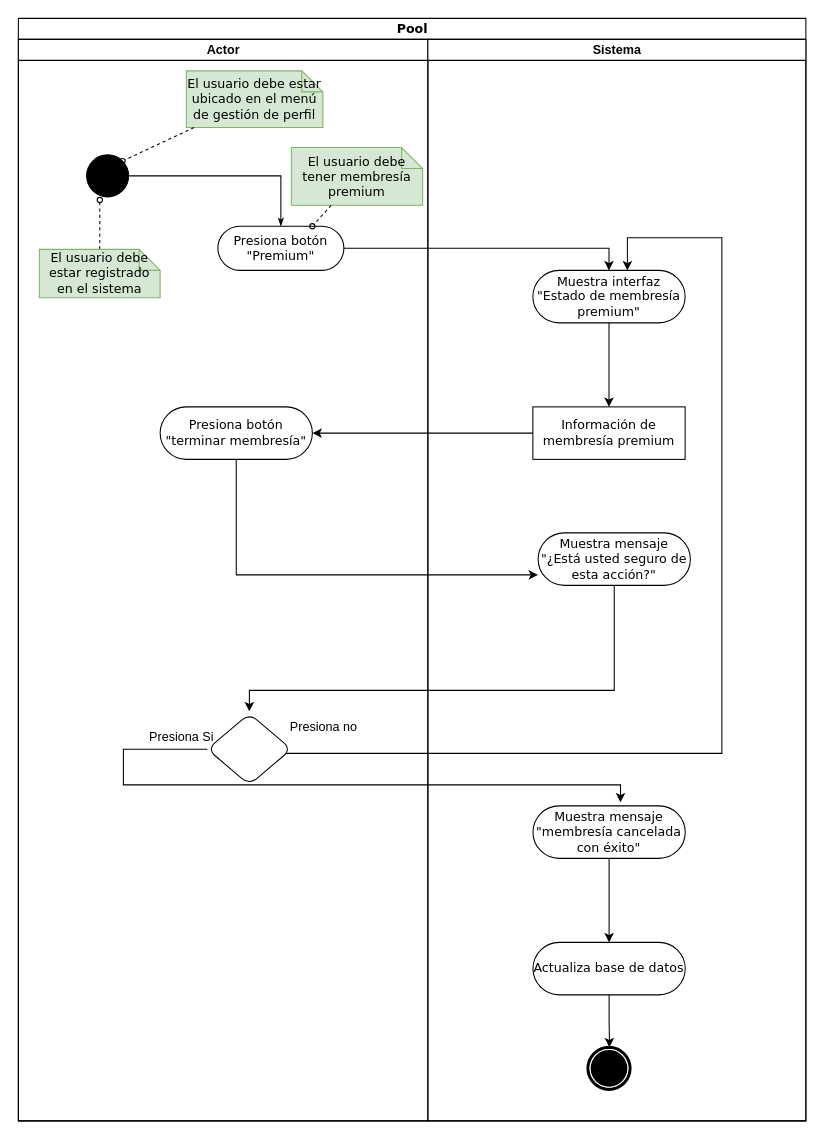
Before: IHC Flujo 6.drawio in NeutronBlast/IS-Ex, a draw.io diagram. Source tidied: cells renumbered, new cells numbered last; positions are measured from the earlier drawing's top-left corner, leaving out a move shared by most shapes. Both pictures are drawn from the tidied source at 105%, with x=0, y=0 at pixel (18, 18).
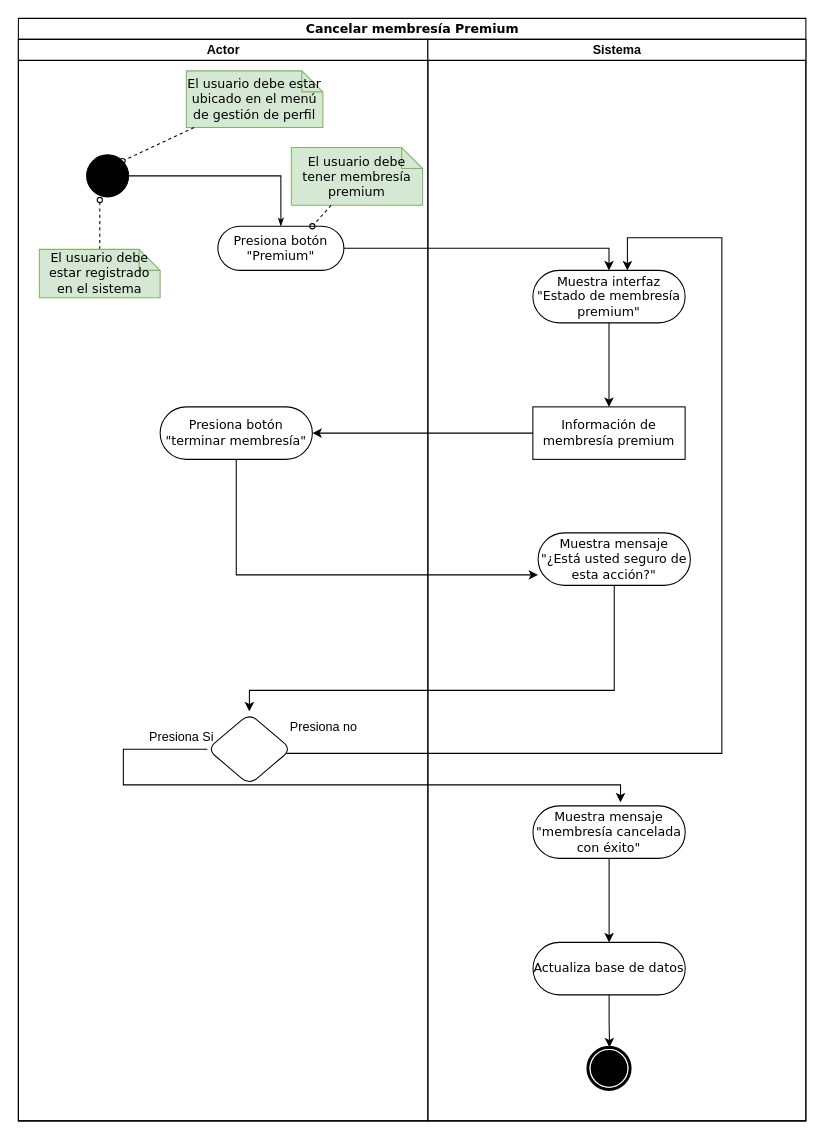
The same diagram, later.

Diff of the diagram source:
```diff
@@
-    <mxCell id="2" value="Pool" style="swimlane;html=1;startSize=20;rounded=0;shadow=0;comic=0;labelBackgroundColor=none;strokeColor=#000000;strokeWidth=1;fillColor=#ffffff;fontFamily=Verdana;fontSize=12;fontColor=#000000;align=center;" parent="1" vertex="1">
+    <mxCell id="2" value="Cancelar membresía Premium" style="swimlane;html=1;startSize=20;rounded=0;shadow=0;comic=0;labelBackgroundColor=none;strokeColor=#000000;strokeWidth=1;fillColor=#ffffff;fontFamily=Verdana;fontSize=12;fontColor=#000000;align=center;" parent="1" vertex="1">
       <mxGeometry width="750" height="1050" as="geometry" />
     </mxCell>
```
